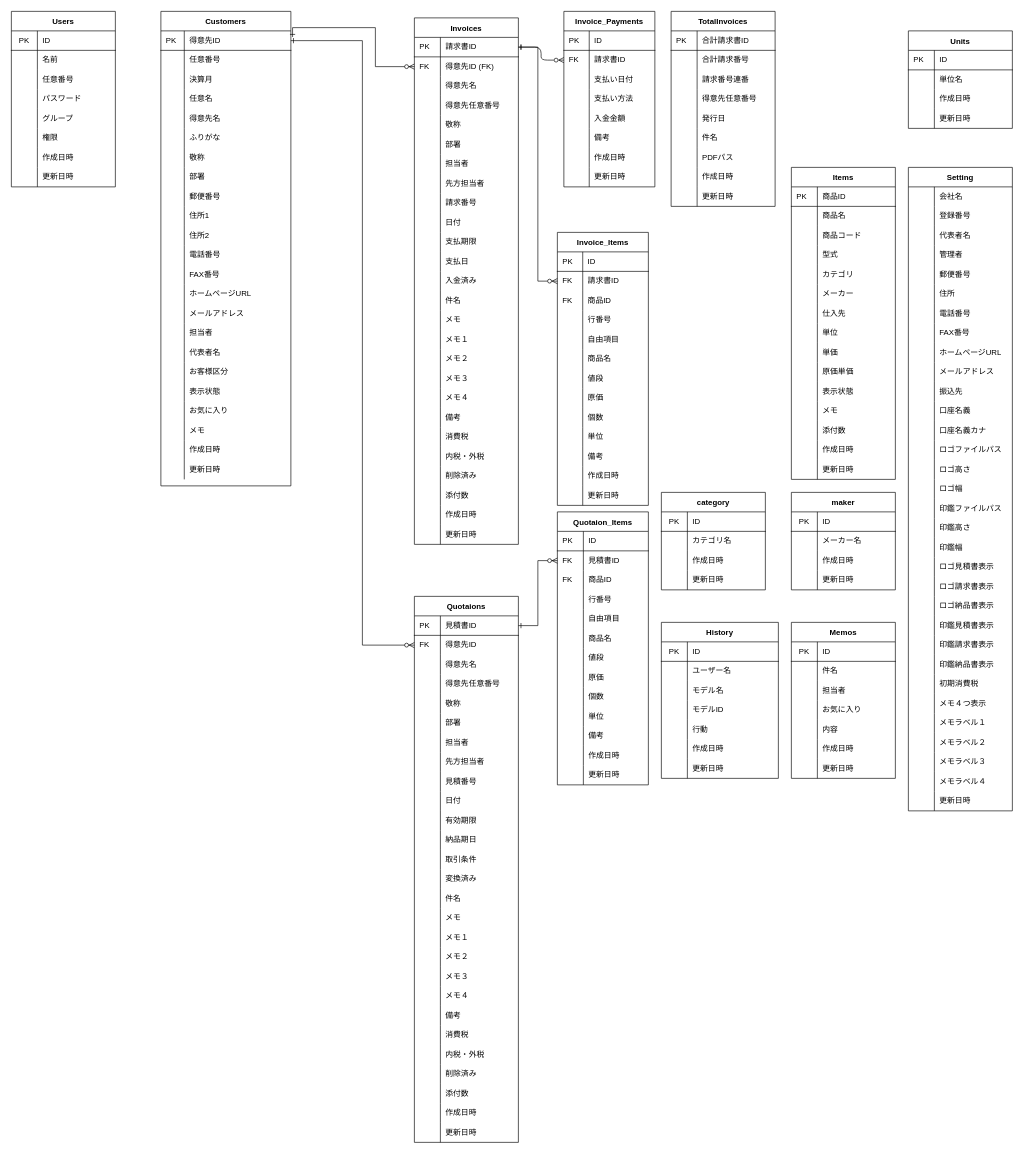
Before: soho_er.dio in gamasenninn/caddie-clone, a draw.io diagram. Source tidied: cells renumbered, new cells numbered last; positions are measured from the earlier drawing's top-left corner, leaving out a move shared by most shapes. Both pictures are drawn from the tidied source at 65%, with x=0, y=0 at pixel (11, 11).
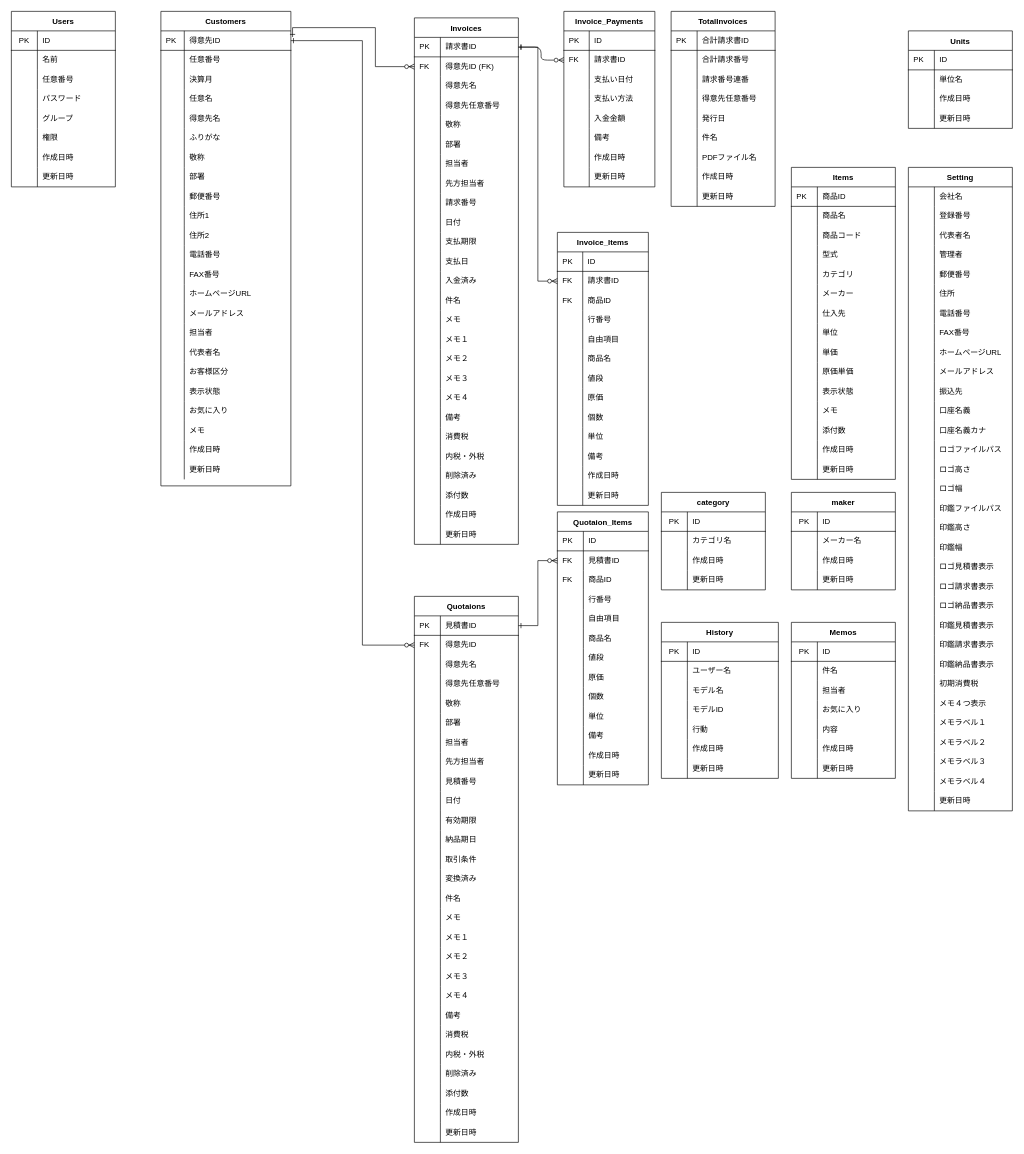
The same diagram, later.

The change refers to these unchanged cells:
```xml
<mxCell id="613" style="shape=partialRectangle;html=1;whiteSpace=wrap;fillColor=none;top=0;left=0;bottom=0;right=0;" parent="594" vertex="1">
  <mxGeometry y="210" width="160" height="30" as="geometry" />
</mxCell>
```

What changed in the source:
```diff
@@
-    <mxCell id="615" value="PDFパス" style="shape=partialRectangle;html=1;whiteSpace=wrap;fillColor=none;top=0;left=0;bottom=0;right=0;align=left;spacingLeft=6;overflow=hidden;" parent="613" vertex="1">
+    <mxCell id="615" value="PDFファイル名" style="shape=partialRectangle;html=1;whiteSpace=wrap;fillColor=none;top=0;left=0;bottom=0;right=0;align=left;spacingLeft=6;overflow=hidden;" parent="613" vertex="1">
       <mxGeometry x="40" width="120" height="30" as="geometry" />
     </mxCell>
```
